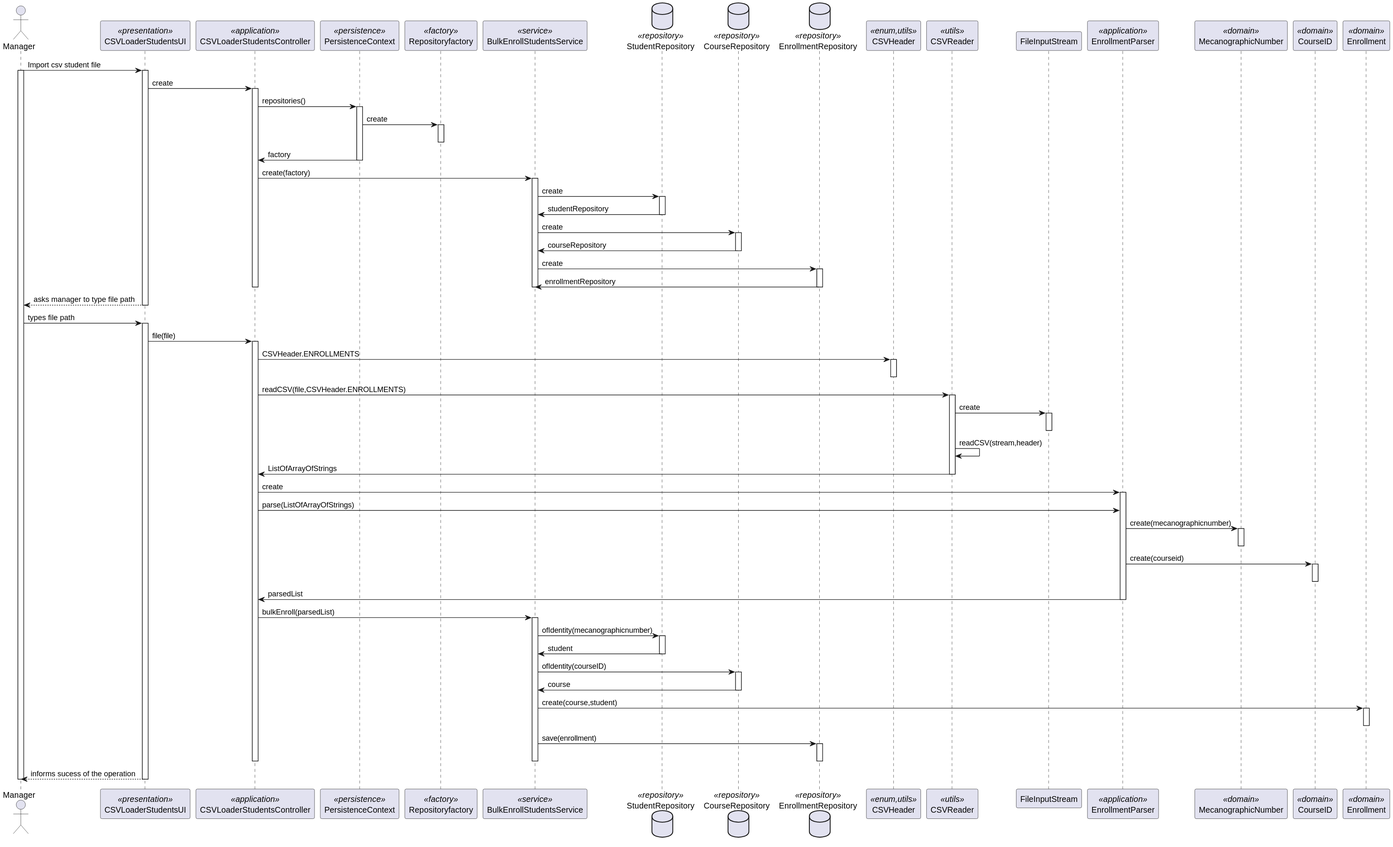
The PlantUML diagram docs/us_1007/importStudentsSD.svg in jovami/isep-lapr4, before a commit.
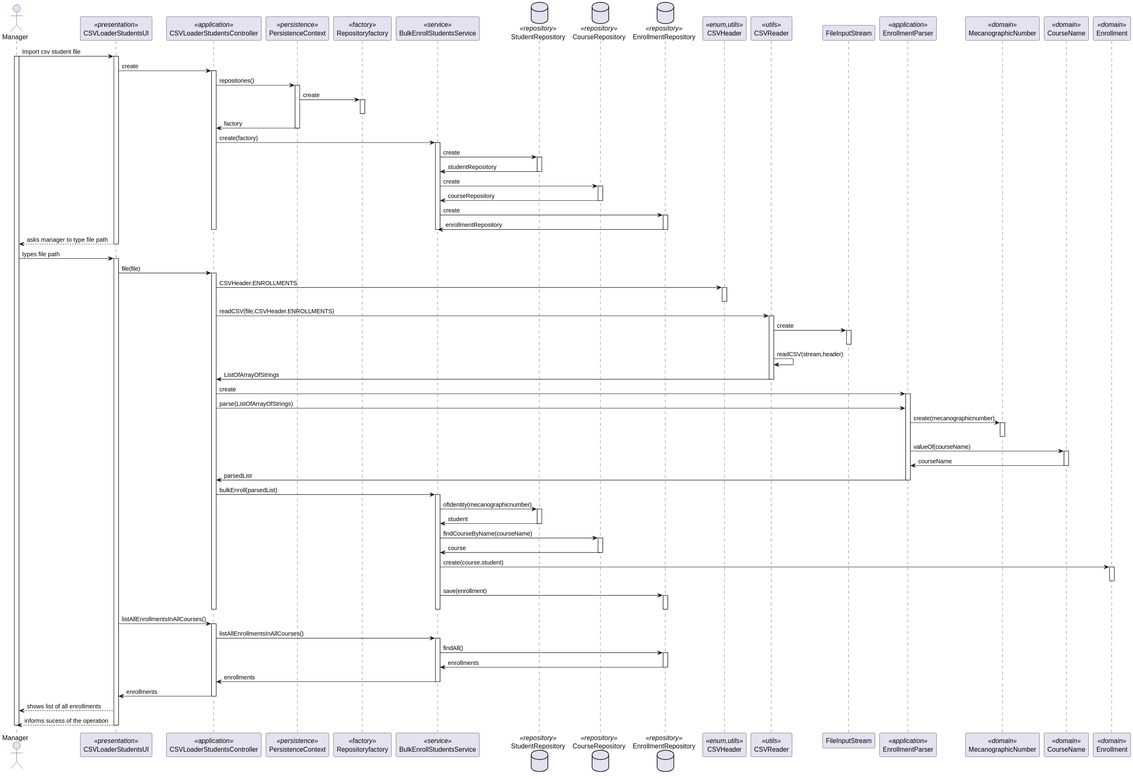
Later version of the same file.

Change to the diagram source:
```diff
@@ -14,7 +14,7 @@
 participant FileInputStream as fileinput
 participant EnrollmentParser as parser <<application>>
 participant MecanographicNumber as meca <<domain>>
-participant CourseID as courseid <<domain>>
+participant CourseName as courseName <<domain>>
 participant Enrollment as enroll <<domain>>
 
 
@@ -77,10 +77,10 @@
             parser -> meca : create(mecanographicnumber)
             activate meca
             deactivate meca
-            parser -> courseid : create(courseid)
-
-            activate courseid
-            deactivate courseid
+            parser -> courseName : valueOf(courseName)
+            activate courseName
+            courseName -> parser : courseName
+            deactivate courseName
             parser -> controller : parsedList
 
         deactivate parser
@@ -93,7 +93,7 @@
                 srepo -> service : student
             deactivate srepo
 
-            service -> crepo : ofIdentity(courseID)
+            service -> crepo : findCourseByName(courseName)
             activate crepo
                  crepo -> service : course
             deactivate crepo
@@ -111,6 +111,20 @@
 
     deactivate controller
 
+    UI -> controller :listAllEnrollmentsInAllCourses()
+    activate controller
+        controller -> service :listAllEnrollmentsInAllCourses()
+        activate service
+            service -> erepo : findAll()
+            activate erepo
+                erepo -> service : enrollments
+            deactivate erepo
+            service -> controller :enrollments
+        deactivate service
+        controller -> UI : enrollments
+    deactivate controller
+
+    UI --> Actor : shows list of all enrollments
     UI --> Actor : informs sucess of the operation
 deactivate UI
 deactivate Actor
```
